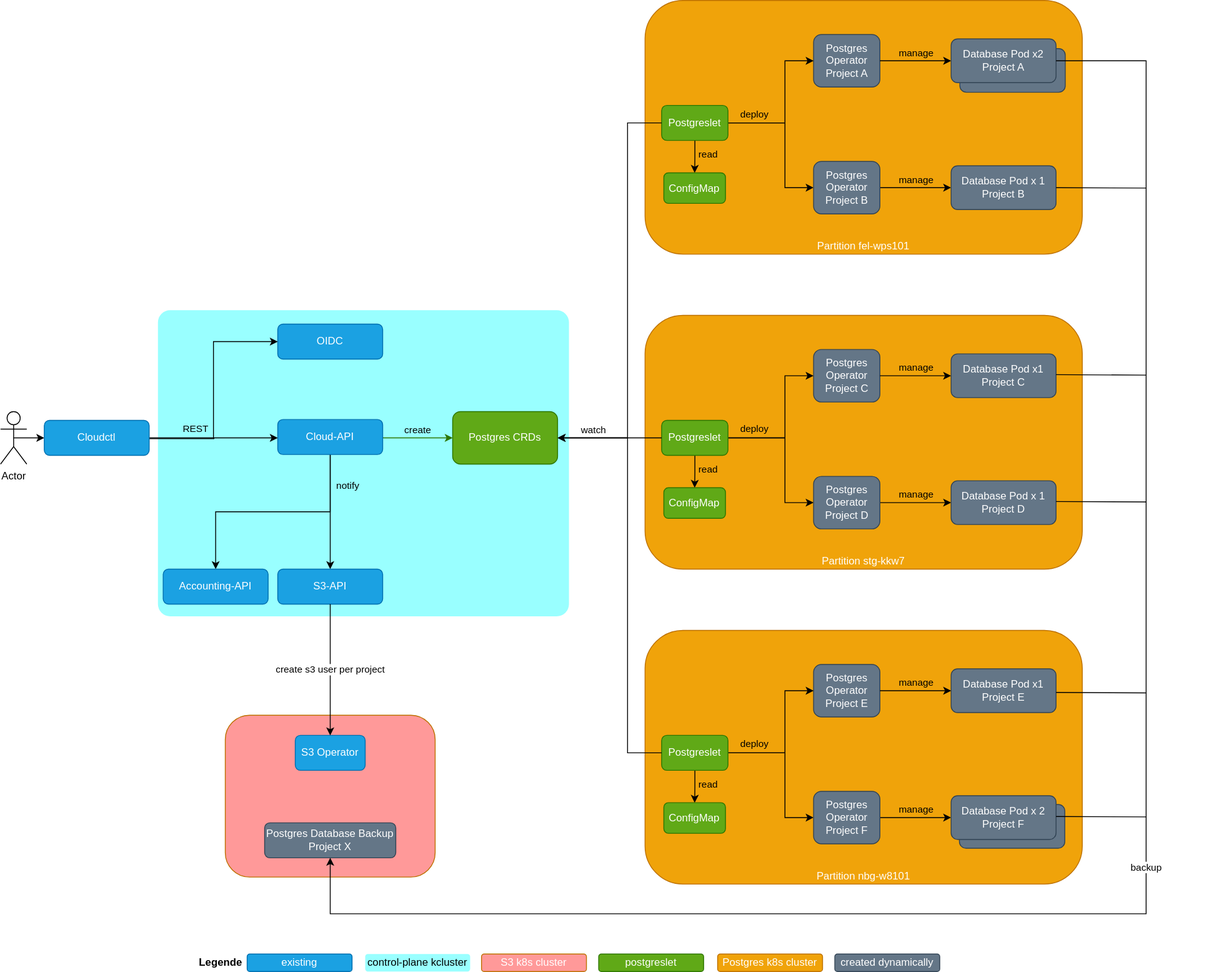
Before: docs/diagrams/architecture.drawio.svg, a diagram exported from draw.io (fi-ts/postgreslet). Source tidied: cells renumbered, new cells last; positions are measured from the earlier drawing's top-left corner, leaving out a move shared by most shapes.
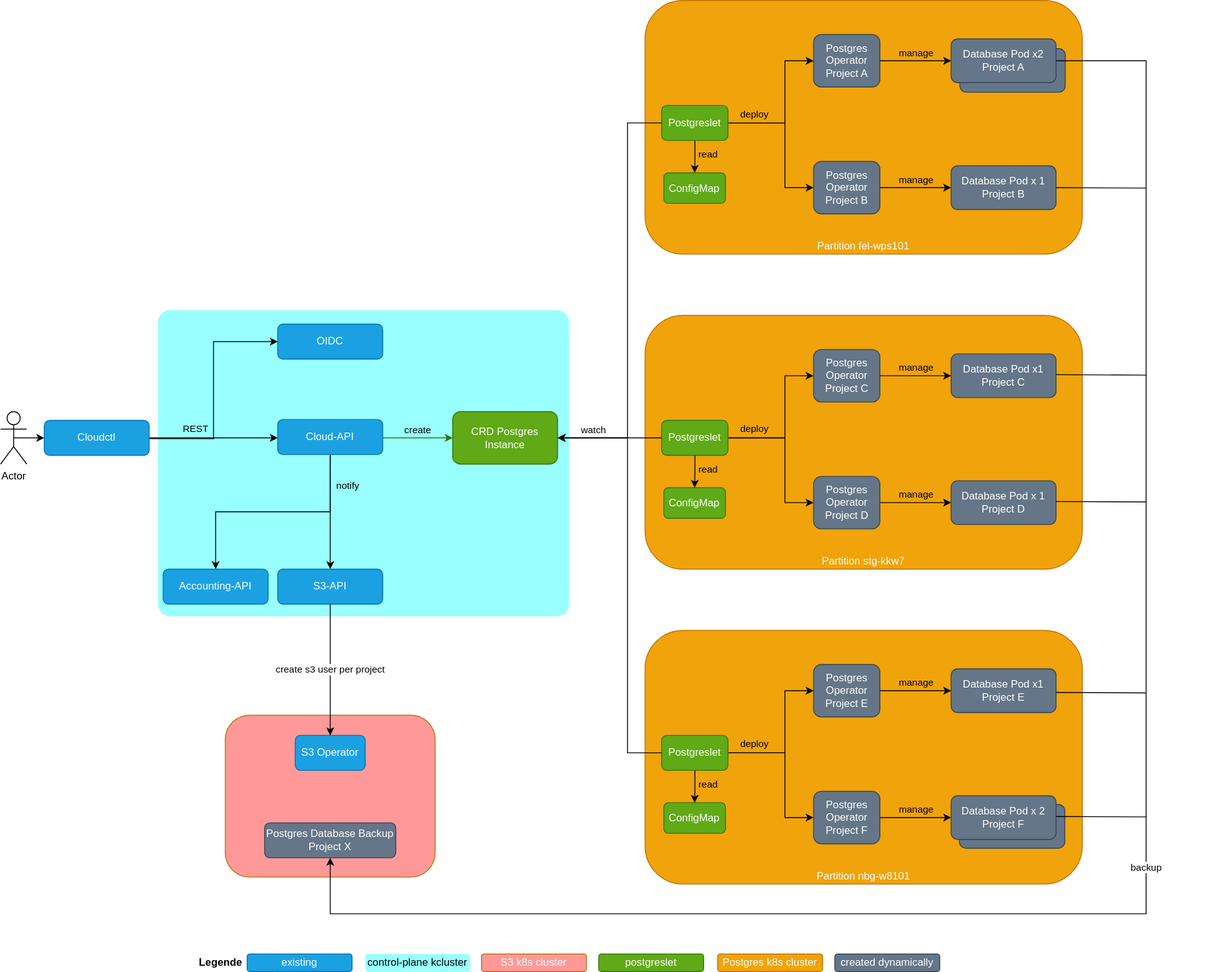
Later version of the same file.

Change to the diagram source:
```diff
@@ -37,7 +37,7 @@
     <mxCell id="11" value="S3-API" style="rounded=1;whiteSpace=wrap;html=1;fillColor=#1ba1e2;strokeColor=#006EAF;fontColor=#ffffff;" parent="1" vertex="1">
       <mxGeometry x="317" y="650" width="120" height="40" as="geometry" />
     </mxCell>
-    <mxCell id="12" value="Postgres CRDs" style="rounded=1;whiteSpace=wrap;html=1;fillColor=#60a917;strokeColor=#2D7600;fontColor=#ffffff;" parent="1" vertex="1">
+    <mxCell id="12" value="CRD Postgres Instance" style="rounded=1;whiteSpace=wrap;html=1;fillColor=#60a917;strokeColor=#2D7600;fontColor=#ffffff;" parent="1" vertex="1">
       <mxGeometry x="517" y="470" width="120" height="60" as="geometry" />
     </mxCell>
     <mxCell id="13" style="rounded=1;whiteSpace=wrap;html=1;strokeColor=#BD7000;fontColor=#ffffff;fillColor=#FF9999;" parent="1" vertex="1">
```
